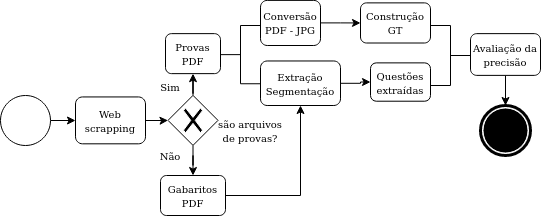
This is Untitled Diagram.png from karinawie/process-diagram, a draw.io export, as it was before one commit. Source tidied: cells renumbered, new cells last; positions are measured from the earlier drawing's top-left corner, leaving out a move shared by most shapes.
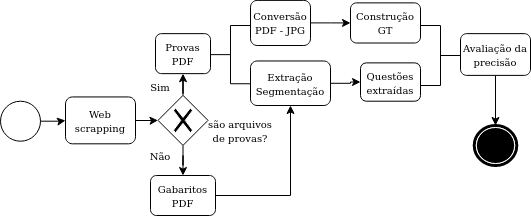
After the commit.

Diff of the diagram source:
```diff
@@ -2,12 +2,6 @@
   <root>
     <mxCell id="0" />
     <mxCell id="1" parent="0" />
-    <mxCell id="2" style="edgeStyle=orthogonalEdgeStyle;rounded=0;jettySize=auto;html=1;" parent="1" edge="1" source="3" target="5">
-      <mxGeometry relative="1" as="geometry" />
-    </mxCell>
-    <mxCell id="3" style="shape=mxgraph.bpmn.shape;html=1;verticalLabelPosition=bottom;labelBackgroundColor=#ffffff;verticalAlign=top;perimeter=ellipsePerimeter;outline=standard;symbol=general;" parent="1" vertex="1">
-      <mxGeometry y="95" width="50" height="50" as="geometry" />
-    </mxCell>
     <mxCell id="4" style="edgeStyle=orthogonalEdgeStyle;rounded=0;jettySize=auto;html=1;" parent="1" edge="1" source="5" target="21">
       <mxGeometry relative="1" as="geometry" />
     </mxCell>
@@ -46,7 +40,7 @@
       <mxGeometry x="260" y="-0.1" width="60" height="45.1" as="geometry" />
     </mxCell>
     <mxCell id="15" style="shape=mxgraph.bpmn.shape;html=1;verticalLabelPosition=bottom;labelBackgroundColor=#ffffff;verticalAlign=top;align=center;perimeter=ellipsePerimeter;outlineConnect=0;outline=end;symbol=terminate;" parent="1" vertex="1">
-      <mxGeometry x="480" y="105" width="50" height="50" as="geometry" />
+      <mxGeometry x="483.8" y="125" width="42.5" height="40" as="geometry" />
     </mxCell>
     <mxCell id="16" value="&lt;font style=&quot;font-size: 10px&quot;&gt;Provas PDF&lt;/font&gt;" style="shape=ext;rounded=1;html=1;whiteSpace=wrap;" parent="1" vertex="1">
       <mxGeometry x="165" y="33.1" width="55" height="40" as="geometry" />
@@ -81,5 +75,11 @@
     <mxCell id="26" style="edgeStyle=orthogonalEdgeStyle;rounded=0;orthogonalLoop=1;jettySize=auto;html=1;exitX=0.5;exitY=1;exitDx=0;exitDy=0;" parent="1" edge="1" source="22" target="22">
       <mxGeometry relative="1" as="geometry" />
     </mxCell>
+    <mxCell id="27" style="edgeStyle=orthogonalEdgeStyle;rounded=0;jettySize=auto;html=1;" parent="1" edge="1" source="28" target="5">
+      <mxGeometry relative="1" as="geometry" />
+    </mxCell>
+    <mxCell id="28" style="ellipse;whiteSpace=wrap;html=1;" parent="1" vertex="1">
+      <mxGeometry x="10" y="100.7" width="40" height="40" as="geometry" />
+    </mxCell>
   </root>
 </mxGraphModel>
```
